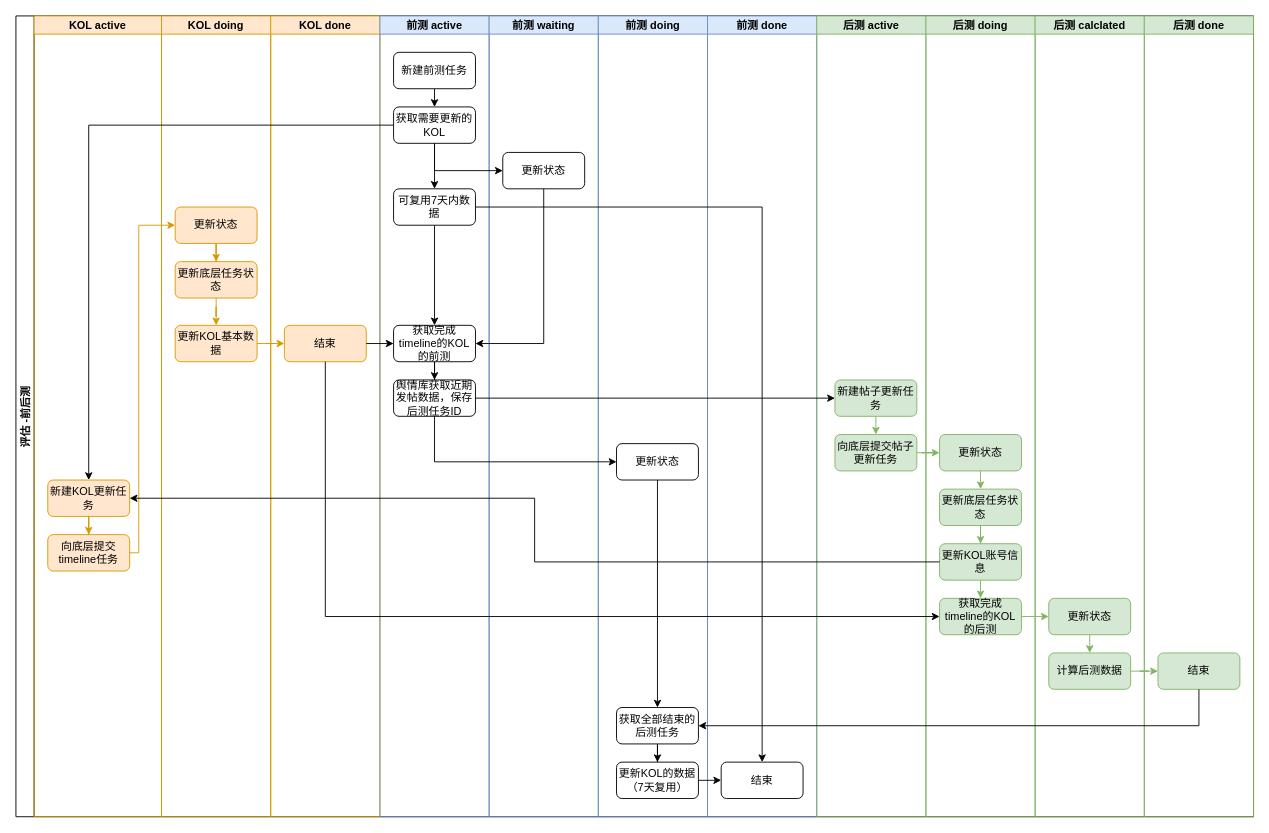
Earlier version of the draw.io diagram file/前后测泳道图.drawio (LLwill/drow.io). Source tidied: cells renumbered, new cells numbered last; positions are measured from the earlier drawing's top-left corner, leaving out a move shared by most shapes. Both pictures are drawn from the tidied source at 91%, with x=0, y=0 at pixel (15, 15).
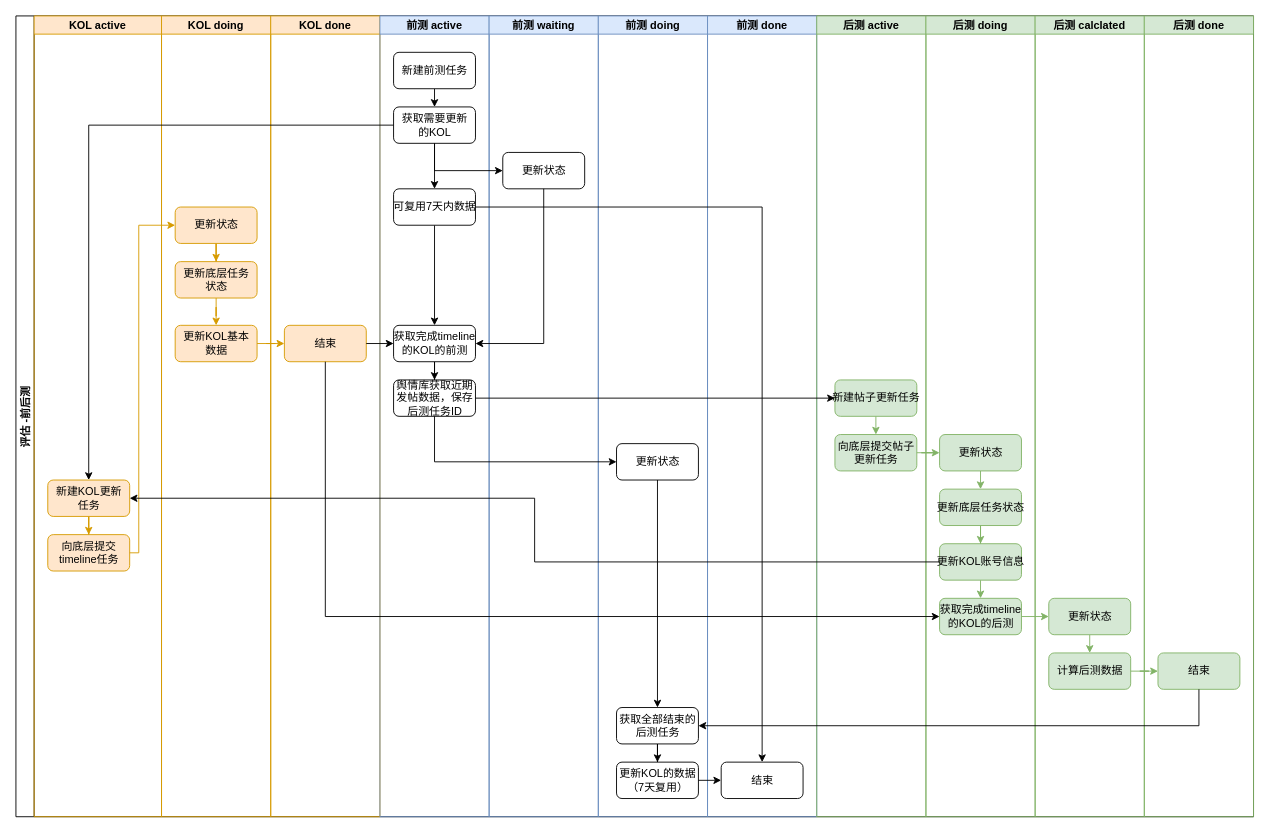
Above is the later version.

The change refers to these unchanged cells:
```xml
<mxCell id="3" value="KOL active" style="swimlane;startSize=20;fillColor=#ffe6cc;strokeColor=#d79b00;" parent="2" vertex="1">
  <mxGeometry x="20" width="140" height="880" as="geometry" />
</mxCell>
<mxCell id="7" value="KOL doing" style="swimlane;startSize=20;fillColor=#ffe6cc;strokeColor=#d79b00;" parent="2" vertex="1">
  <mxGeometry x="160" width="120" height="880" as="geometry" />
</mxCell>
<mxCell id="13" value="KOL done" style="swimlane;startSize=20;fillColor=#ffe6cc;strokeColor=#d79b00;" parent="2" vertex="1">
  <mxGeometry x="280" width="120" height="880" as="geometry" />
</mxCell>
<mxCell id="15" value="前测 active" style="swimlane;startSize=20;fillColor=#dae8fc;strokeColor=#6c8ebf;" parent="2" vertex="1">
  <mxGeometry x="400" width="120" height="880" as="geometry" />
</mxCell>
<mxCell id="25" value="前测 waiting" style="swimlane;startSize=20;fillColor=#dae8fc;strokeColor=#6c8ebf;" parent="2" vertex="1">
  <mxGeometry x="520" width="120" height="880" as="geometry" />
</mxCell>
<mxCell id="27" value="前测 doing" style="swimlane;startSize=20;fillColor=#dae8fc;strokeColor=#6c8ebf;" parent="2" vertex="1">
  <mxGeometry x="640" width="120" height="880" as="geometry" />
</mxCell>
<mxCell id="33" value="前测 done" style="swimlane;startSize=20;fillColor=#dae8fc;strokeColor=#6c8ebf;" parent="2" vertex="1">
  <mxGeometry x="760" width="120" height="880" as="geometry" />
</mxCell>
<mxCell id="35" value="后测 active" style="swimlane;startSize=20;fillColor=#d5e8d4;strokeColor=#82b366;" parent="2" vertex="1">
  <mxGeometry x="880" width="120" height="880" as="geometry" />
</mxCell>
<mxCell id="39" value="后测 doing" style="swimlane;startSize=20;fillColor=#d5e8d4;strokeColor=#82b366;" parent="2" vertex="1">
  <mxGeometry x="1000" width="120" height="880" as="geometry" />
</mxCell>
<mxCell id="47" value="后测 calclated" style="swimlane;startSize=20;fillColor=#d5e8d4;strokeColor=#82b366;" parent="2" vertex="1">
  <mxGeometry x="1120" width="120" height="880" as="geometry" />
</mxCell>
<mxCell id="51" value="后测 done" style="swimlane;startSize=20;fillColor=#d5e8d4;strokeColor=#82b366;" parent="2" vertex="1">
  <mxGeometry x="1240" width="120" height="880" as="geometry" />
</mxCell>
```

Diff of the diagram source:
```diff
@@
-    <mxCell id="5" value="新建KOL更新任务" style="rounded=1;whiteSpace=wrap;html=1;fillColor=#ffe6cc;strokeColor=#d79b00;" parent="3" vertex="1">
+    <mxCell id="5" value="新建KOL更新&lt;br&gt;任务" style="rounded=1;html=1;fillColor=#ffe6cc;strokeColor=#d79b00;" parent="3" vertex="1">
       <mxGeometry x="15" y="510" width="90" height="40" as="geometry" />
     </mxCell>
-    <mxCell id="6" value="向底层提交timeline任务" style="rounded=1;whiteSpace=wrap;html=1;fillColor=#ffe6cc;strokeColor=#d79b00;" parent="3" vertex="1">
+    <mxCell id="6" value="向底层提交&lt;br&gt;timeline任务" style="rounded=1;html=1;fillColor=#ffe6cc;strokeColor=#d79b00;" parent="3" vertex="1">
       <mxGeometry x="15" y="570" width="90" height="40" as="geometry" />
     </mxCell>
@@
-    <mxCell id="9" value="更新状态" style="rounded=1;whiteSpace=wrap;html=1;fillColor=#ffe6cc;strokeColor=#d79b00;" parent="7" vertex="1">
+    <mxCell id="9" value="更新状态" style="rounded=1;html=1;fillColor=#ffe6cc;strokeColor=#d79b00;" parent="7" vertex="1">
       <mxGeometry x="15" y="210" width="90" height="40" as="geometry" />
     </mxCell>
@@
-    <mxCell id="11" value="更新底层任务状态" style="rounded=1;whiteSpace=wrap;html=1;fillColor=#ffe6cc;strokeColor=#d79b00;" parent="7" vertex="1">
+    <mxCell id="11" value="更新底层任务&lt;br&gt;状态" style="rounded=1;html=1;fillColor=#ffe6cc;strokeColor=#d79b00;" parent="7" vertex="1">
       <mxGeometry x="15" y="270" width="90" height="40" as="geometry" />
     </mxCell>
-    <mxCell id="12" value="更新KOL基本数据" style="rounded=1;whiteSpace=wrap;html=1;fillColor=#ffe6cc;strokeColor=#d79b00;" parent="7" vertex="1">
+    <mxCell id="12" value="更新KOL基本&lt;br&gt;数据" style="rounded=1;html=1;fillColor=#ffe6cc;strokeColor=#d79b00;" parent="7" vertex="1">
       <mxGeometry x="15" y="340" width="90" height="40" as="geometry" />
     </mxCell>
@@
-    <mxCell id="14" value="结束" style="rounded=1;whiteSpace=wrap;html=1;fillColor=#ffe6cc;strokeColor=#d79b00;" parent="13" vertex="1">
+    <mxCell id="14" value="结束" style="rounded=1;html=1;fillColor=#ffe6cc;strokeColor=#d79b00;" parent="13" vertex="1">
       <mxGeometry x="15" y="340" width="90" height="40" as="geometry" />
     </mxCell>
@@
-    <mxCell id="17" value="新建前测任务" style="rounded=1;whiteSpace=wrap;html=1;" parent="15" vertex="1">
+    <mxCell id="17" value="新建前测任务" style="rounded=1;html=1;" parent="15" vertex="1">
       <mxGeometry x="15" y="40" width="90" height="40" as="geometry" />
     </mxCell>
@@
-    <mxCell id="19" value="获取需要更新的KOL" style="rounded=1;whiteSpace=wrap;html=1;" parent="15" vertex="1">
+    <mxCell id="19" value="获取需要更新&lt;br&gt;的KOL" style="rounded=1;html=1;" parent="15" vertex="1">
       <mxGeometry x="15" y="100" width="90" height="40" as="geometry" />
     </mxCell>
@@
-    <mxCell id="21" value="可复用7天内数据" style="rounded=1;whiteSpace=wrap;html=1;" parent="15" vertex="1">
+    <mxCell id="21" value="可复用7天内数据" style="rounded=1;html=1;" parent="15" vertex="1">
       <mxGeometry x="15" y="190" width="90" height="40" as="geometry" />
     </mxCell>
@@
-    <mxCell id="23" value="舆情库获取近期发帖数据，保存后测任务ID" style="rounded=1;whiteSpace=wrap;html=1;" parent="15" vertex="1">
+    <mxCell id="23" value="舆情库获取近期&lt;br&gt;发帖数据，保存&lt;br&gt;后测任务ID" style="rounded=1;html=1;" parent="15" vertex="1">
       <mxGeometry x="15" y="400" width="90" height="40" as="geometry" />
     </mxCell>
-    <mxCell id="24" value="获取完成timeline的KOL的前测" style="rounded=1;whiteSpace=wrap;html=1;" parent="15" vertex="1">
+    <mxCell id="24" value="获取完成timeline&lt;br&gt;的KOL的前测" style="rounded=1;html=1;" parent="15" vertex="1">
       <mxGeometry x="15" y="340" width="90" height="40" as="geometry" />
     </mxCell>
@@
-    <mxCell id="26" value="更新状态" style="rounded=1;whiteSpace=wrap;html=1;" parent="25" vertex="1">
+    <mxCell id="26" value="更新状态" style="rounded=1;html=1;" parent="25" vertex="1">
       <mxGeometry x="15" y="150" width="90" height="40" as="geometry" />
     </mxCell>
@@
-    <mxCell id="29" value="更新状态" style="rounded=1;whiteSpace=wrap;html=1;" parent="27" vertex="1">
+    <mxCell id="29" value="更新状态" style="rounded=1;html=1;" parent="27" vertex="1">
       <mxGeometry x="20" y="470" width="90" height="40" as="geometry" />
     </mxCell>
@@
-    <mxCell id="31" value="获取全部结束的后测任务" style="rounded=1;whiteSpace=wrap;html=1;" parent="27" vertex="1">
+    <mxCell id="31" value="获取全部结束的&lt;br&gt;后测任务" style="rounded=1;html=1;" parent="27" vertex="1">
       <mxGeometry x="20" y="760" width="90" height="40" as="geometry" />
     </mxCell>
-    <mxCell id="32" value="更新KOL的数据（7天复用）" style="rounded=1;whiteSpace=wrap;html=1;" parent="27" vertex="1">
+    <mxCell id="32" value="更新KOL的数据&lt;br&gt;（7天复用）" style="rounded=1;html=1;" parent="27" vertex="1">
       <mxGeometry x="20" y="820" width="90" height="40" as="geometry" />
     </mxCell>
@@
-    <mxCell id="34" value="结束" style="rounded=1;whiteSpace=wrap;html=1;" parent="33" vertex="1">
+    <mxCell id="34" value="结束" style="rounded=1;html=1;" parent="33" vertex="1">
       <mxGeometry x="15" y="820" width="90" height="40" as="geometry" />
     </mxCell>
@@
-    <mxCell id="37" value="新建帖子更新任务" style="rounded=1;whiteSpace=wrap;html=1;fillColor=#d5e8d4;strokeColor=#82b366;" parent="35" vertex="1">
+    <mxCell id="37" value="新建帖子更新任务" style="rounded=1;html=1;fillColor=#d5e8d4;strokeColor=#82b366;" parent="35" vertex="1">
       <mxGeometry x="20" y="400" width="90" height="40" as="geometry" />
     </mxCell>
-    <mxCell id="38" value="向底层提交帖子更新任务" style="rounded=1;whiteSpace=wrap;html=1;fillColor=#d5e8d4;strokeColor=#82b366;" parent="35" vertex="1">
+    <mxCell id="38" value="向底层提交帖子&lt;br&gt;更新任务" style="rounded=1;html=1;fillColor=#d5e8d4;strokeColor=#82b366;" parent="35" vertex="1">
       <mxGeometry x="20" y="460" width="90" height="40" as="geometry" />
     </mxCell>
@@
-    <mxCell id="41" value="更新状态" style="rounded=1;whiteSpace=wrap;html=1;fillColor=#d5e8d4;strokeColor=#82b366;" parent="39" vertex="1">
+    <mxCell id="41" value="更新状态" style="rounded=1;html=1;fillColor=#d5e8d4;strokeColor=#82b366;" parent="39" vertex="1">
       <mxGeometry x="15" y="460" width="90" height="40" as="geometry" />
     </mxCell>
@@
-    <mxCell id="43" value="更新底层任务状态" style="rounded=1;whiteSpace=wrap;html=1;fillColor=#d5e8d4;strokeColor=#82b366;" parent="39" vertex="1">
+    <mxCell id="43" value="更新底层任务状态" style="rounded=1;html=1;fillColor=#d5e8d4;strokeColor=#82b366;" parent="39" vertex="1">
       <mxGeometry x="15" y="520" width="90" height="40" as="geometry" />
     </mxCell>
@@
-    <mxCell id="45" value="更新KOL账号信息" style="rounded=1;whiteSpace=wrap;html=1;fillColor=#d5e8d4;strokeColor=#82b366;" parent="39" vertex="1">
+    <mxCell id="45" value="更新KOL账号信息" style="rounded=1;html=1;fillColor=#d5e8d4;strokeColor=#82b366;" parent="39" vertex="1">
       <mxGeometry x="15" y="580" width="90" height="40" as="geometry" />
     </mxCell>
-    <mxCell id="46" value="获取完成timeline的KOL的后测" style="rounded=1;whiteSpace=wrap;html=1;fillColor=#d5e8d4;strokeColor=#82b366;" parent="39" vertex="1">
+    <mxCell id="46" value="获取完成timeline&lt;br&gt;的KOL的后测" style="rounded=1;html=1;fillColor=#d5e8d4;strokeColor=#82b366;" parent="39" vertex="1">
       <mxGeometry x="15" y="640" width="90" height="40" as="geometry" />
     </mxCell>
@@
-    <mxCell id="49" value="更新状态" style="rounded=1;whiteSpace=wrap;html=1;fillColor=#d5e8d4;strokeColor=#82b366;" parent="47" vertex="1">
+    <mxCell id="49" value="更新状态" style="rounded=1;html=1;fillColor=#d5e8d4;strokeColor=#82b366;" parent="47" vertex="1">
       <mxGeometry x="15" y="640" width="90" height="40" as="geometry" />
     </mxCell>
-    <mxCell id="50" value="计算后测数据" style="rounded=1;whiteSpace=wrap;html=1;fillColor=#d5e8d4;strokeColor=#82b366;" parent="47" vertex="1">
+    <mxCell id="50" value="计算后测数据" style="rounded=1;html=1;fillColor=#d5e8d4;strokeColor=#82b366;" parent="47" vertex="1">
       <mxGeometry x="15" y="700" width="90" height="40" as="geometry" />
     </mxCell>
@@
-    <mxCell id="52" value="结束" style="rounded=1;whiteSpace=wrap;html=1;fillColor=#d5e8d4;strokeColor=#82b366;" parent="51" vertex="1">
+    <mxCell id="52" value="结束" style="rounded=1;html=1;fillColor=#d5e8d4;strokeColor=#82b366;" parent="51" vertex="1">
       <mxGeometry x="15" y="700" width="90" height="40" as="geometry" />
     </mxCell>
```
